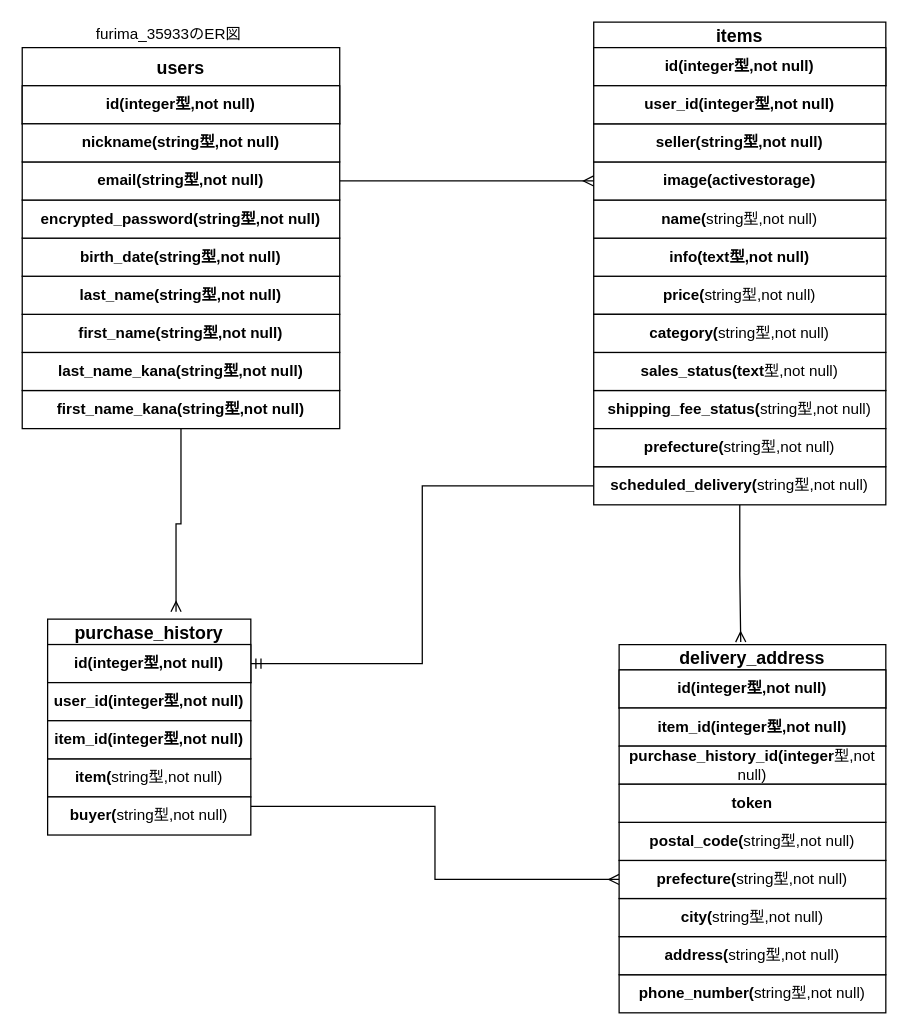
tubuyakisyun/furima-35933 keeps this draw.io diagram as test.dio. Above is the earlier version. Source tidied: cells renumbered, new cells numbered last; positions are measured from the earlier drawing's top-left corner, leaving out a move shared by most shapes. Both pictures are drawn from the tidied source at 127%, with x=0, y=0 at pixel (22, 22).
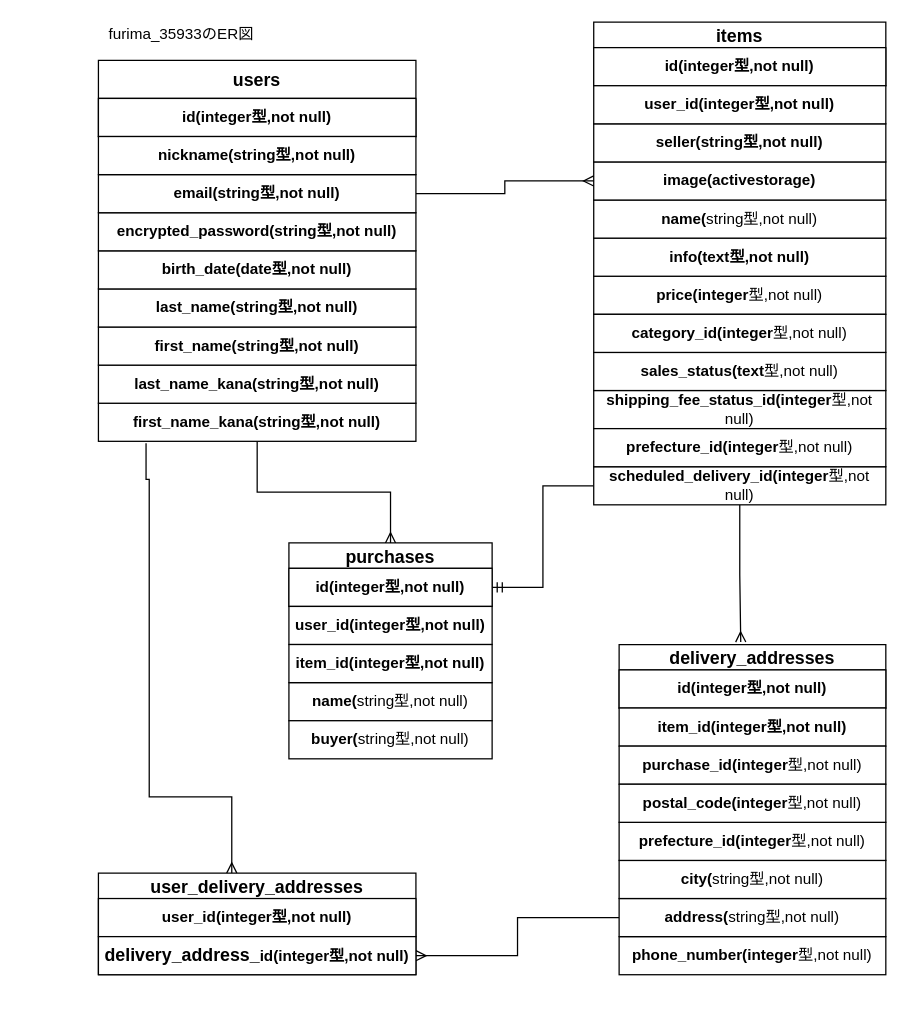
The same diagram, later.

Commit message (it also covers changes not shown here):
ER図を書く。 - READMEにデータベース設計を記述するレビュー：２回目

The edit, as a diff of the source:
```diff
@@
     <mxCell id="2" value="users" style="swimlane;fontStyle=1;horizontal=1;startSize=30;align=center;fontSize=14;rounded=0;direction=east;" parent="1" vertex="1">
-      <mxGeometry y="20" width="250" height="60" as="geometry" />
+      <mxGeometry x="60" y="30" width="250" height="60" as="geometry" />
     </mxCell>
@@
-    <mxCell id="4" style="edgeStyle=orthogonalEdgeStyle;rounded=0;jettySize=auto;html=1;entryX=0.632;entryY=-0.115;entryDx=0;entryDy=0;entryPerimeter=0;endArrow=ERmany;endFill=0;" parent="1" edge="1" source="5" target="24">
+    <mxCell id="4" style="edgeStyle=orthogonalEdgeStyle;rounded=0;jettySize=auto;html=1;endArrow=ERmany;endFill=0;" parent="1" edge="1" source="5" target="24">
       <mxGeometry relative="1" as="geometry" />
     </mxCell>
     <mxCell id="5" value="first_name_kana(&lt;span style=&quot;&quot;&gt;string型,not null)&lt;/span&gt;" style="whiteSpace=wrap;html=1;rounded=0;shadow=0;align=center;fontStyle=1;" parent="1" vertex="1">
-      <mxGeometry y="290" width="250" height="30" as="geometry" />
+      <mxGeometry x="60" y="300" width="250" height="30" as="geometry" />
     </mxCell>
     <mxCell id="6" value="last_name_kana(&lt;span style=&quot;&quot;&gt;string型,not null)&lt;/span&gt;" style="whiteSpace=wrap;html=1;rounded=0;shadow=0;align=center;fontStyle=1;" parent="1" vertex="1">
-      <mxGeometry y="260" width="250" height="30" as="geometry" />
+      <mxGeometry x="60" y="270" width="250" height="30" as="geometry" />
     </mxCell>
-    <mxCell id="7" value="delivery_address" style="swimlane;fontStyle=1;horizontal=1;startSize=20;align=center;fontSize=14;rounded=0;direction=east;" parent="1" vertex="1">
+    <mxCell id="7" value="delivery_addresses" style="swimlane;fontStyle=1;horizontal=1;startSize=20;align=center;fontSize=14;rounded=0;direction=east;" parent="1" vertex="1">
       <mxGeometry x="470" y="490" width="210" height="50" as="geometry" />
     </mxCell>
@@
-    <mxCell id="11" value="shipping_fee_status(&lt;span style=&quot;font-weight: 400&quot;&gt;string型,not null)&lt;/span&gt;" style="whiteSpace=wrap;html=1;rounded=0;shadow=0;align=center;fontStyle=1;" parent="1" vertex="1">
+    <mxCell id="11" value="shipping_fee_status_id(integer&lt;span style=&quot;font-weight: 400&quot;&gt;型,not null)&lt;/span&gt;" style="whiteSpace=wrap;html=1;rounded=0;shadow=0;align=center;fontStyle=1;" parent="1" vertex="1">
       <mxGeometry x="450" y="290" width="230" height="30" as="geometry" />
     </mxCell>
     <mxCell id="12" value="furima_35933のER図" style="text;html=1;align=center;verticalAlign=middle;strokeColor=none;" parent="1" vertex="1">
-      <mxGeometry x="50" width="130" height="20" as="geometry" />
+      <mxGeometry x="60" width="130" height="20" as="geometry" />
     </mxCell>
@@
-    <mxCell id="14" value="price(&lt;span style=&quot;font-weight: 400&quot;&gt;string型,not null)&lt;/span&gt;" style="whiteSpace=wrap;html=1;rounded=0;shadow=0;align=center;fontStyle=1;" parent="1" vertex="1">
+    <mxCell id="14" value="price(integer&lt;span style=&quot;font-weight: 400&quot;&gt;型,not null)&lt;/span&gt;" style="whiteSpace=wrap;html=1;rounded=0;shadow=0;align=center;fontStyle=1;" parent="1" vertex="1">
       <mxGeometry x="450" y="200" width="230" height="30" as="geometry" />
     </mxCell>
@@
-    <mxCell id="20" value="scheduled_delivery(&lt;span style=&quot;font-weight: 400&quot;&gt;string型,not null)&lt;/span&gt;" style="whiteSpace=wrap;html=1;rounded=0;shadow=0;align=center;fontStyle=1;" parent="1" vertex="1">
+    <mxCell id="20" value="scheduled_delivery_id(integer&lt;span style=&quot;font-weight: 400&quot;&gt;型,not null)&lt;/span&gt;" style="whiteSpace=wrap;html=1;rounded=0;shadow=0;align=center;fontStyle=1;" parent="1" vertex="1">
       <mxGeometry x="450" y="350" width="230" height="30" as="geometry" />
     </mxCell>
-    <mxCell id="21" value="category(&lt;span style=&quot;font-weight: 400&quot;&gt;string型,not null)&lt;/span&gt;" style="whiteSpace=wrap;html=1;rounded=0;shadow=0;align=center;fontStyle=1;" parent="1" vertex="1">
+    <mxCell id="21" value="category_id(integer&lt;span style=&quot;font-weight: 400&quot;&gt;型,not null)&lt;/span&gt;" style="whiteSpace=wrap;html=1;rounded=0;shadow=0;align=center;fontStyle=1;" parent="1" vertex="1">
       <mxGeometry x="450" y="230" width="230" height="30" as="geometry" />
     </mxCell>
-    <mxCell id="22" value="prefecture(&lt;span style=&quot;font-weight: 400&quot;&gt;string型,not null)&lt;/span&gt;" style="whiteSpace=wrap;html=1;rounded=0;shadow=0;align=center;fontStyle=1;" parent="1" vertex="1">
+    <mxCell id="22" value="prefecture_id(integer&lt;span style=&quot;font-weight: 400&quot;&gt;型,not null)&lt;/span&gt;" style="whiteSpace=wrap;html=1;rounded=0;shadow=0;align=center;fontStyle=1;" parent="1" vertex="1">
       <mxGeometry x="450" y="320" width="230" height="30" as="geometry" />
     </mxCell>
-    <mxCell id="23" style="edgeStyle=orthogonalEdgeStyle;rounded=0;jettySize=auto;html=1;entryX=0;entryY=0.5;entryDx=0;entryDy=0;endArrow=ERmany;endFill=0;exitX=1;exitY=0.25;exitDx=0;exitDy=0;" parent="1" edge="1" source="29" target="42">
-      <mxGeometry relative="1" as="geometry" />
-    </mxCell>
-    <mxCell id="24" value="purchase_history" style="swimlane;fontStyle=1;horizontal=1;startSize=20;align=center;fontSize=14;rounded=0;direction=east;" parent="1" vertex="1">
-      <mxGeometry x="20" y="470" width="160" height="50" as="geometry" />
+    <mxCell id="24" value="purchases" style="swimlane;fontStyle=1;horizontal=1;startSize=20;align=center;fontSize=14;rounded=0;direction=east;" parent="1" vertex="1">
+      <mxGeometry x="210" y="410" width="160" height="50" as="geometry" />
     </mxCell>
@@
     <mxCell id="27" value="user_id(integer型,not null)" style="whiteSpace=wrap;html=1;rounded=0;shadow=0;align=center;fontStyle=1;" parent="1" vertex="1">
-      <mxGeometry x="20" y="520" width="160" height="30" as="geometry" />
+      <mxGeometry x="210" y="460" width="160" height="30" as="geometry" />
     </mxCell>
-    <mxCell id="28" value="item(&lt;span style=&quot;font-weight: 400&quot;&gt;string型,not null)&lt;/span&gt;" style="whiteSpace=wrap;html=1;rounded=0;shadow=0;align=center;fontStyle=1;" parent="1" vertex="1">
-      <mxGeometry x="20" y="580" width="160" height="30" as="geometry" />
+    <mxCell id="28" value="name(&lt;span style=&quot;font-weight: 400&quot;&gt;string型,not null)&lt;/span&gt;" style="whiteSpace=wrap;html=1;rounded=0;shadow=0;align=center;fontStyle=1;" parent="1" vertex="1">
+      <mxGeometry x="210" y="520" width="160" height="30" as="geometry" />
     </mxCell>
     <mxCell id="29" value="buyer(&lt;span style=&quot;font-weight: 400&quot;&gt;string型,not null)&lt;/span&gt;" style="whiteSpace=wrap;html=1;rounded=0;shadow=0;align=center;fontStyle=1;" parent="1" vertex="1">
-      <mxGeometry x="20" y="610" width="160" height="30" as="geometry" />
+      <mxGeometry x="210" y="550" width="160" height="30" as="geometry" />
     </mxCell>
     <mxCell id="30" value="first_name(&lt;span style=&quot;&quot;&gt;string型,not null)&lt;/span&gt;" style="whiteSpace=wrap;html=1;rounded=0;shadow=0;align=center;fontStyle=1;" parent="1" vertex="1">
-      <mxGeometry y="230" width="250" height="30" as="geometry" />
+      <mxGeometry x="60" y="240" width="250" height="30" as="geometry" />
     </mxCell>
     <mxCell id="31" value="last_name(&lt;span style=&quot;&quot;&gt;string型,not null&lt;/span&gt;)" style="whiteSpace=wrap;html=1;rounded=0;shadow=0;align=center;fontStyle=1;" parent="1" vertex="1">
-      <mxGeometry y="200" width="250" height="30" as="geometry" />
+      <mxGeometry x="60" y="210" width="250" height="30" as="geometry" />
     </mxCell>
+    <mxCell id="47" style="edgeStyle=orthogonalEdgeStyle;rounded=0;jettySize=auto;html=1;endArrow=ERmany;endFill=0;exitX=0.15;exitY=1.05;exitDx=0;exitDy=0;exitPerimeter=0;" parent="1" edge="1" source="5" target="49">
+      <mxGeometry relative="1" as="geometry">
+        <Array as="points">
+          <mxPoint x="98" y="360" />
+          <mxPoint x="100" y="360" />
+          <mxPoint x="100" y="610" />
+          <mxPoint x="165" y="610" />
+        </Array>
+      </mxGeometry>
+    </mxCell>
-    <mxCell id="32" value="birth_date(&lt;span style=&quot;&quot;&gt;string型,not null&lt;/span&gt;)" style="whiteSpace=wrap;html=1;rounded=0;shadow=0;align=center;fontStyle=1;" parent="1" vertex="1">
-      <mxGeometry y="170" width="250" height="30" as="geometry" />
+    <mxCell id="32" value="birth_date(date&lt;span&gt;型,not null&lt;/span&gt;)" style="whiteSpace=wrap;html=1;rounded=0;shadow=0;align=center;fontStyle=1;" parent="1" vertex="1">
+      <mxGeometry x="60" y="180" width="250" height="30" as="geometry" />
     </mxCell>
     <mxCell id="33" value="encrypted_password(string型,not null)" style="whiteSpace=wrap;html=1;rounded=0;shadow=0;align=center;fontStyle=1;" parent="1" vertex="1">
-      <mxGeometry y="140" width="250" height="30" as="geometry" />
+      <mxGeometry x="60" y="150" width="250" height="30" as="geometry" />
     </mxCell>
@@
     <mxCell id="35" value="email(string型,not null)" style="whiteSpace=wrap;html=1;rounded=0;shadow=0;align=center;fontStyle=1;" parent="1" vertex="1">
-      <mxGeometry y="110" width="250" height="30" as="geometry" />
+      <mxGeometry x="60" y="120" width="250" height="30" as="geometry" />
     </mxCell>
     <mxCell id="36" value="nickname(string型,not null)" style="whiteSpace=wrap;html=1;rounded=0;shadow=0;align=center;fontStyle=1;" parent="1" vertex="1">
-      <mxGeometry y="80" width="250" height="30" as="geometry" />
+      <mxGeometry x="60" y="90" width="250" height="30" as="geometry" />
     </mxCell>
@@
-    <mxCell id="38" value="purchase_history_id(integer&lt;span style=&quot;font-weight: 400&quot;&gt;型,not null)&lt;/span&gt;" style="whiteSpace=wrap;html=1;rounded=0;shadow=0;align=center;fontStyle=1;" parent="1" vertex="1">
+    <mxCell id="38" value="purchase_id(integer&lt;span style=&quot;font-weight: 400&quot;&gt;型,not null)&lt;/span&gt;" style="whiteSpace=wrap;html=1;rounded=0;shadow=0;align=center;fontStyle=1;" parent="1" vertex="1">
       <mxGeometry x="470" y="570" width="210" height="30" as="geometry" />
     </mxCell>
-    <mxCell id="39" value="phone_number(&lt;span style=&quot;font-weight: 400&quot;&gt;string型,not null)&lt;/span&gt;" style="whiteSpace=wrap;html=1;rounded=0;shadow=0;align=center;fontStyle=1;" parent="1" vertex="1">
-      <mxGeometry x="470" y="750" width="210" height="30" as="geometry" />
+    <mxCell id="39" value="phone_number(integer&lt;span style=&quot;font-weight: 400&quot;&gt;型,not null)&lt;/span&gt;" style="whiteSpace=wrap;html=1;rounded=0;shadow=0;align=center;fontStyle=1;" parent="1" vertex="1">
+      <mxGeometry x="470" y="720" width="210" height="30" as="geometry" />
     </mxCell>
+    <mxCell id="48" style="edgeStyle=orthogonalEdgeStyle;rounded=0;jettySize=auto;html=1;entryX=1;entryY=0.5;entryDx=0;entryDy=0;endArrow=ERmany;endFill=0;" parent="1" edge="1" source="40" target="51">
+      <mxGeometry relative="1" as="geometry" />
+    </mxCell>
     <mxCell id="40" value="address(&lt;span style=&quot;font-weight: 400&quot;&gt;string型,not null)&lt;/span&gt;" style="whiteSpace=wrap;html=1;rounded=0;shadow=0;align=center;fontStyle=1;" parent="1" vertex="1">
-      <mxGeometry x="470" y="720" width="210" height="30" as="geometry" />
+      <mxGeometry x="470" y="690" width="210" height="30" as="geometry" />
     </mxCell>
     <mxCell id="41" value="city(&lt;span style=&quot;font-weight: 400&quot;&gt;string型,not null)&lt;/span&gt;" style="whiteSpace=wrap;html=1;rounded=0;shadow=0;align=center;fontStyle=1;" parent="1" vertex="1">
-      <mxGeometry x="470" y="690" width="210" height="30" as="geometry" />
+      <mxGeometry x="470" y="660" width="210" height="30" as="geometry" />
     </mxCell>
-    <mxCell id="42" value="prefecture(&lt;span style=&quot;font-weight: 400&quot;&gt;string型,not null)&lt;/span&gt;" style="whiteSpace=wrap;html=1;rounded=0;shadow=0;align=center;fontStyle=1;" parent="1" vertex="1">
-      <mxGeometry x="470" y="660" width="210" height="30" as="geometry" />
+    <mxCell id="42" value="prefecture_id(integer&lt;span style=&quot;font-weight: 400&quot;&gt;型,not null)&lt;/span&gt;" style="whiteSpace=wrap;html=1;rounded=0;shadow=0;align=center;fontStyle=1;" parent="1" vertex="1">
+      <mxGeometry x="470" y="630" width="210" height="30" as="geometry" />
     </mxCell>
-    <mxCell id="43" value="postal_code(&lt;span style=&quot;font-weight: 400&quot;&gt;string型,not null)&lt;/span&gt;" style="whiteSpace=wrap;html=1;rounded=0;shadow=0;align=center;fontStyle=1;" parent="1" vertex="1">
-      <mxGeometry x="470" y="630" width="210" height="30" as="geometry" />
+    <mxCell id="43" value="postal_code(integer&lt;span style=&quot;font-weight: 400&quot;&gt;型,not null)&lt;/span&gt;" style="whiteSpace=wrap;html=1;rounded=0;shadow=0;align=center;fontStyle=1;" parent="1" vertex="1">
+      <mxGeometry x="470" y="600" width="210" height="30" as="geometry" />
     </mxCell>
-    <mxCell id="44" value="token" style="whiteSpace=wrap;html=1;rounded=0;shadow=0;align=center;fontStyle=1;" parent="1" vertex="1">
-      <mxGeometry x="470" y="600" width="210" height="30" as="geometry" />
-    </mxCell>
@@
     <mxCell id="46" value="item_id(integer型,not null)" style="whiteSpace=wrap;html=1;rounded=0;shadow=0;align=center;fontStyle=1;" parent="1" vertex="1">
-      <mxGeometry x="20" y="550" width="160" height="30" as="geometry" />
+      <mxGeometry x="210" y="490" width="160" height="30" as="geometry" />
     </mxCell>
+    <mxCell id="49" value="user_delivery_addresses" style="swimlane;fontStyle=1;horizontal=1;startSize=20;align=center;fontSize=14;rounded=0;direction=east;" parent="1" vertex="1">
+      <mxGeometry x="60" y="670" width="250" height="80" as="geometry" />
+    </mxCell>
+    <mxCell id="50" value="user_id(integer型,not null)" style="whiteSpace=wrap;html=1;rounded=0;shadow=0;align=center;fontStyle=1;" parent="49" vertex="1">
+      <mxGeometry y="20" width="250" height="30" as="geometry" />
+    </mxCell>
+    <mxCell id="51" value="&lt;span style=&quot;font-size: 14px&quot;&gt;delivery_address_&lt;/span&gt;id(integer型,not null)" style="whiteSpace=wrap;html=1;rounded=0;shadow=0;align=center;fontStyle=1;" parent="49" vertex="1">
+      <mxGeometry y="50" width="250" height="30" as="geometry" />
+    </mxCell>
```
